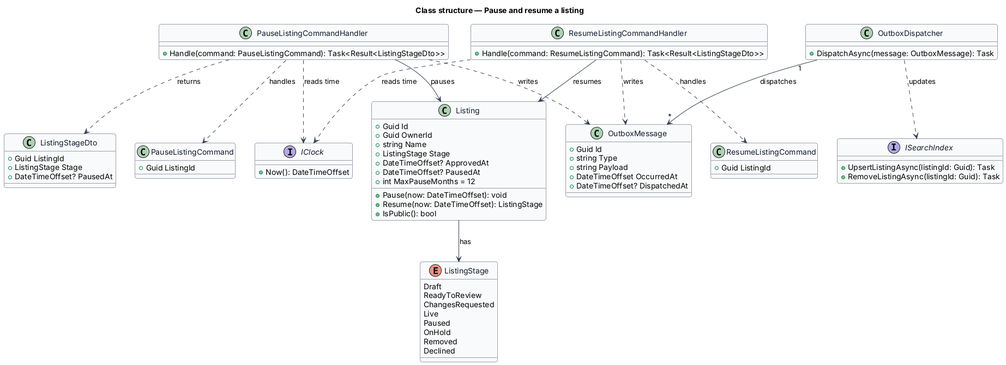
The PlantUML diagram docs/detailed-designs/owner-workspace/pause-listing/diagrams/class-structure.png in QuinntyneBrown/jubilee, before a commit.
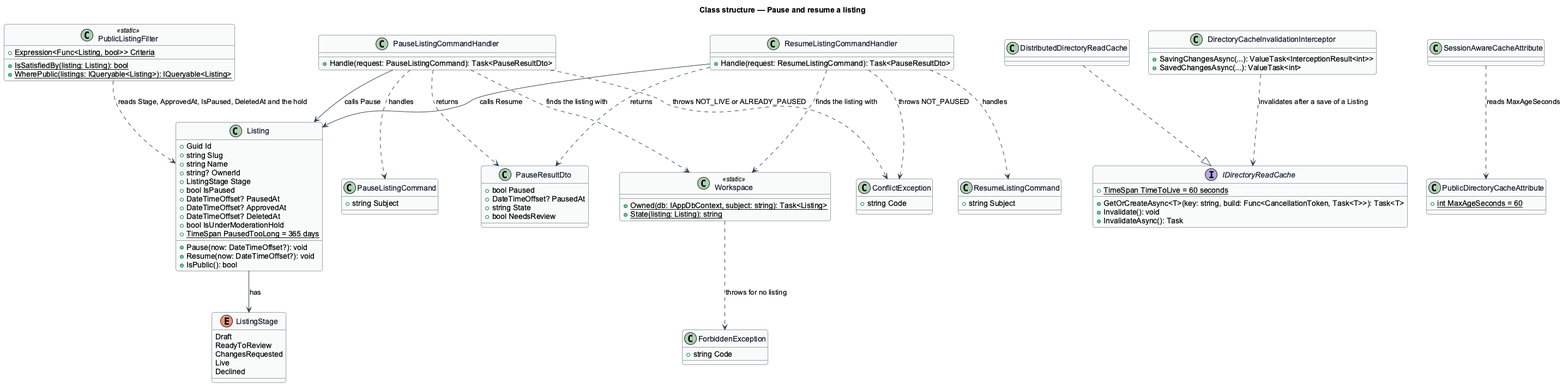
The same file after the commit.

Diff of the diagram source:
```diff
@@ -16,78 +16,102 @@
   ReadyToReview
   ChangesRequested
   Live
-  Paused
-  OnHold
-  Removed
   Declined
 }
 
 class Listing {
   +Guid Id
-  +Guid OwnerId
+  +string Slug
   +string Name
+  +string? OwnerId
   +ListingStage Stage
+  +bool IsPaused
+  +DateTimeOffset? PausedAt
   +DateTimeOffset? ApprovedAt
-  +DateTimeOffset? PausedAt
-  +int MaxPauseMonths = 12
-  +Pause(now: DateTimeOffset): void
-  +Resume(now: DateTimeOffset): ListingStage
+  +DateTimeOffset? DeletedAt
+  +bool IsUnderModerationHold
+  +{static} TimeSpan PausedTooLong = 365 days
+  +Pause(now: DateTimeOffset?): void
+  +Resume(now: DateTimeOffset?): void
   +IsPublic(): bool
 }
 
+class PublicListingFilter <<static>> {
+  +{static} Expression<Func<Listing, bool>> Criteria
+  +{static} IsSatisfiedBy(listing: Listing): bool
+  +{static} WherePublic(listings: IQueryable<Listing>): IQueryable<Listing>
+}
+
 class PauseListingCommand {
-  +Guid ListingId
+  +string Subject
 }
 
 class ResumeListingCommand {
-  +Guid ListingId
+  +string Subject
 }
 
 class PauseListingCommandHandler {
-  +Handle(command: PauseListingCommand): Task<Result<ListingStageDto>>
+  +Handle(request: PauseListingCommand): Task<PauseResultDto>
 }
 
 class ResumeListingCommandHandler {
-  +Handle(command: ResumeListingCommand): Task<Result<ListingStageDto>>
+  +Handle(request: ResumeListingCommand): Task<PauseResultDto>
 }
 
-class ListingStageDto {
-  +Guid ListingId
-  +ListingStage Stage
+class PauseResultDto {
+  +bool Paused
   +DateTimeOffset? PausedAt
+  +string State
+  +bool NeedsReview
 }
 
-class OutboxMessage {
-  +Guid Id
-  +string Type
-  +string Payload
-  +DateTimeOffset OccurredAt
-  +DateTimeOffset? DispatchedAt
+class Workspace <<static>> {
+  +{static} Owned(db: IAppDbContext, subject: string): Task<Listing>
+  +{static} State(listing: Listing): string
 }
 
-class OutboxDispatcher {
-  +DispatchAsync(message: OutboxMessage): Task
+class ConflictException {
+  +string Code
 }
 
-interface IClock {
-  +Now(): DateTimeOffset
+class ForbiddenException {
+  +string Code
 }
 
-interface ISearchIndex {
-  +UpsertListingAsync(listingId: Guid): Task
-  +RemoveListingAsync(listingId: Guid): Task
+interface IDirectoryReadCache {
+  +{static} TimeSpan TimeToLive = 60 seconds
+  +GetOrCreateAsync<T>(key: string, build: Func<CancellationToken, Task<T>>): Task<T>
+  +Invalidate(): void
+  +InvalidateAsync(): Task
 }
 
+class DistributedDirectoryReadCache
+
+class DirectoryCacheInvalidationInterceptor {
+  +SavingChangesAsync(...): ValueTask<InterceptionResult<int>>
+  +SavedChangesAsync(...): ValueTask<int>
+}
+
+class PublicDirectoryCacheAttribute {
+  +{static} int MaxAgeSeconds = 60
+}
+
+class SessionAwareCacheAttribute
+
 Listing --> ListingStage : has
+PublicListingFilter ..> Listing : reads Stage, ApprovedAt, IsPaused, DeletedAt and the hold
 PauseListingCommandHandler ..> PauseListingCommand : handles
 ResumeListingCommandHandler ..> ResumeListingCommand : handles
-PauseListingCommandHandler --> Listing : pauses
-ResumeListingCommandHandler --> Listing : resumes
-PauseListingCommandHandler ..> IClock : reads time
-ResumeListingCommandHandler ..> IClock : reads time
-PauseListingCommandHandler ..> OutboxMessage : writes
-ResumeListingCommandHandler ..> OutboxMessage : writes
-PauseListingCommandHandler ..> ListingStageDto : returns
-OutboxDispatcher "1" --> "*" OutboxMessage : dispatches
-OutboxDispatcher ..> ISearchIndex : updates
+PauseListingCommandHandler ..> Workspace : finds the listing with
+ResumeListingCommandHandler ..> Workspace : finds the listing with
+PauseListingCommandHandler --> Listing : calls Pause
+ResumeListingCommandHandler --> Listing : calls Resume
+PauseListingCommandHandler ..> ConflictException : throws NOT_LIVE or ALREADY_PAUSED
+ResumeListingCommandHandler ..> ConflictException : throws NOT_PAUSED
+PauseListingCommandHandler ..> PauseResultDto : returns
+ResumeListingCommandHandler ..> PauseResultDto : returns
+Workspace ..> ForbiddenException : throws for no listing
+DistributedDirectoryReadCache ..|> IDirectoryReadCache
+DirectoryCacheInvalidationInterceptor ..> IDirectoryReadCache : invalidates after a save of a Listing
+SessionAwareCacheAttribute ..> PublicDirectoryCacheAttribute : reads MaxAgeSeconds
 @enduml
```
